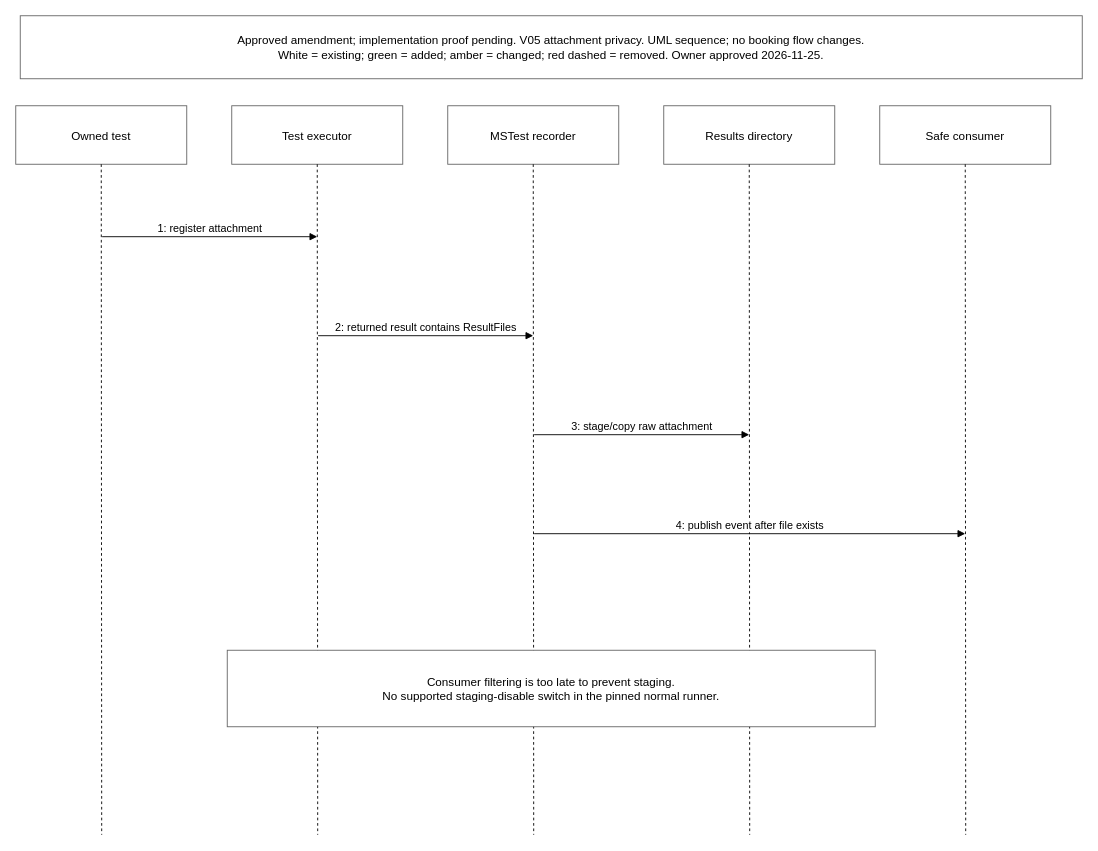
Above: page "Before: UML sequence — observed attachment staging" (1 of 2) of diagrams/006-layered-testing-verification/attachment-policy-proposal.drawio in IgnatovichStanislav/checkin-booking (draw.io), before the change. Source tidied: cells renumbered, new cells numbered last; positions are measured from the earlier drawing's top-left corner, leaving out a move shared by most shapes. Both pictures are drawn from the tidied source at 90%, with x=0, y=0 at pixel (15, 15).
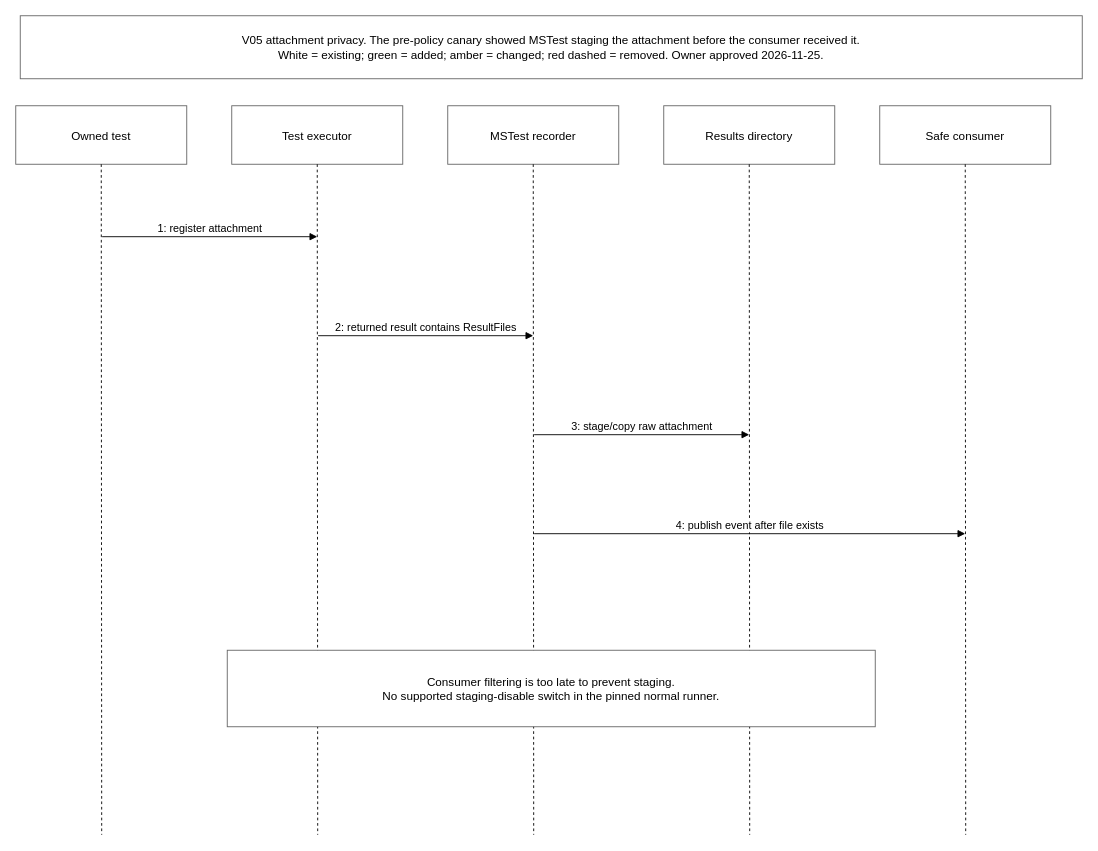
After the change.

Change to the diagram source:
```diff
@@
-    <mxCell id="2" value="Approved amendment; implementation proof pending. V05 attachment privacy. UML sequence; no booking flow changes.&#10;White = existing; green = added; amber = changed; red dashed = removed. Owner approved 2026-11-25." style="rounded=0;whiteSpace=wrap;html=0;fillColor=#ffffff;strokeColor=#666666;fontSize=13;" parent="1" vertex="1">
+    <mxCell id="2" value="V05 attachment privacy. The pre-policy canary showed MSTest staging the attachment before the consumer received it.&#10;White = existing; green = added; amber = changed; red dashed = removed. Owner approved 2026-11-25." style="rounded=0;whiteSpace=wrap;html=0;fillColor=#ffffff;strokeColor=#666666;fontSize=13;" parent="1" vertex="1">
       <mxGeometry x="5" width="1180" height="70" as="geometry" />
     </mxCell>
```
